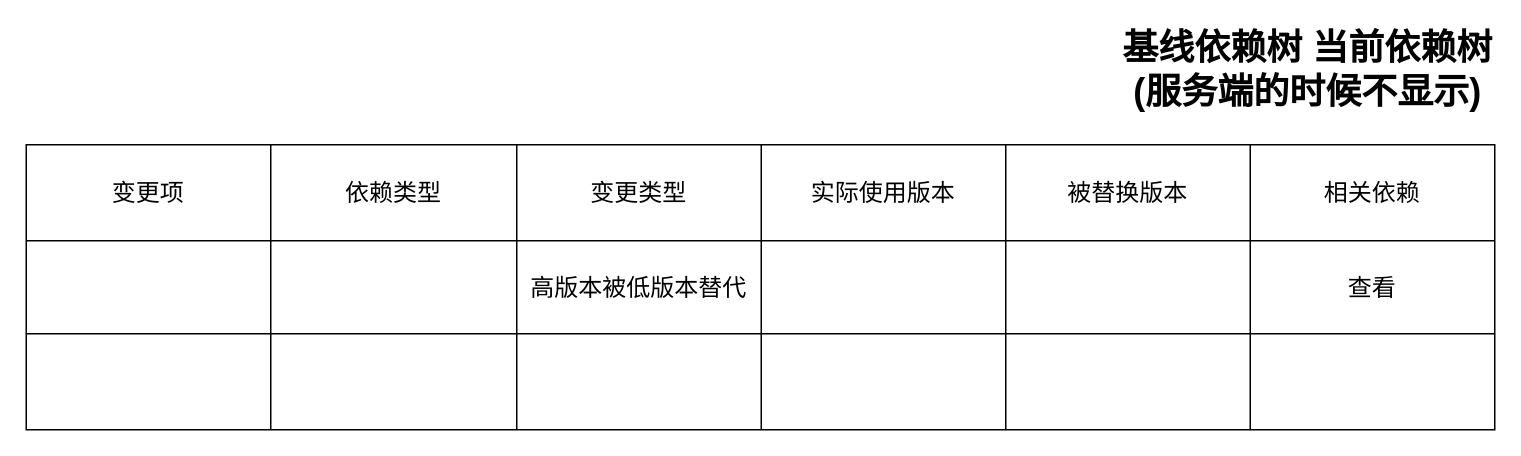
Above: ci.drawio in jingb/pythonRepo (draw.io), before the change. Source tidied: cells renumbered, new cells numbered last; positions are measured from the earlier drawing's top-left corner, leaving out a move shared by most shapes. Both pictures are drawn from the tidied source at 150%, with x=0, y=0 at pixel (26, 39).
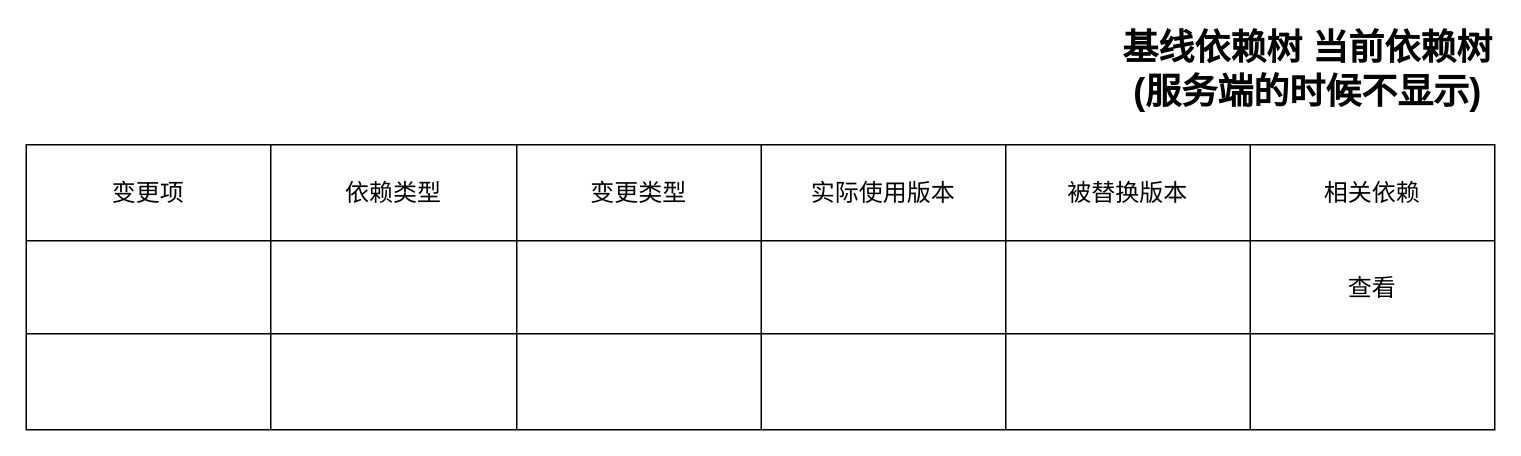
Above is the later version.

The change refers to these unchanged cells:
```xml
<mxCell id="10" style="shape=tableRow;horizontal=0;startSize=0;swimlaneHead=0;swimlaneBody=0;strokeColor=inherit;top=0;left=0;bottom=0;right=0;fillColor=none;fontSize=16;" parent="2" vertex="1">
  <mxGeometry y="64" width="979" height="62" as="geometry" />
</mxCell>
```

The edit, as a diff of the source:
```diff
@@
-    <mxCell id="13" value="高版本被低版本替代" style="shape=partialRectangle;html=1;whiteSpace=wrap;strokeColor=inherit;overflow=hidden;fillColor=none;top=0;left=0;bottom=0;right=0;fontSize=16;" parent="10" vertex="1">
+    <mxCell id="13" style="shape=partialRectangle;html=1;whiteSpace=wrap;strokeColor=inherit;overflow=hidden;fillColor=none;top=0;left=0;bottom=0;right=0;fontSize=16;" parent="10" vertex="1">
       <mxGeometry x="327" width="163" height="62" as="geometry" />
     </mxCell>
```
